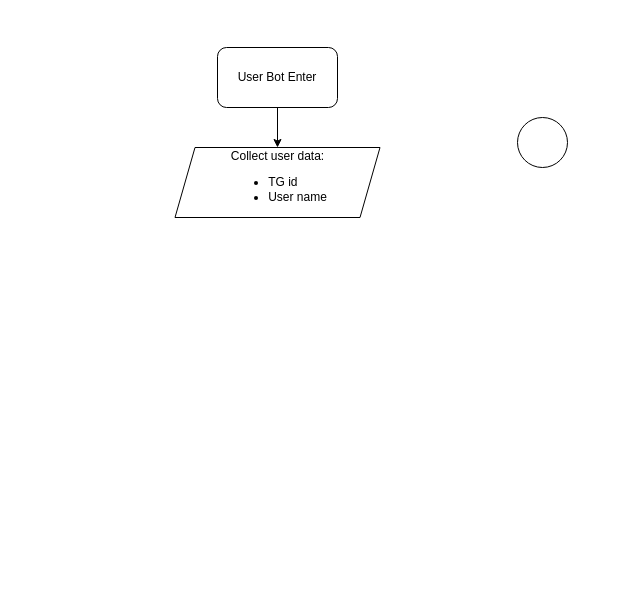
Earlier version of the draw.io diagram sibtex_bot.drawio (traptor/Sibton). Source tidied: cells renumbered, new cells numbered last; positions are measured from the earlier drawing's top-left corner, leaving out a move shared by most shapes. Both pictures are drawn from the tidied source at 100%, with x=0, y=0 at pixel (175, 47).
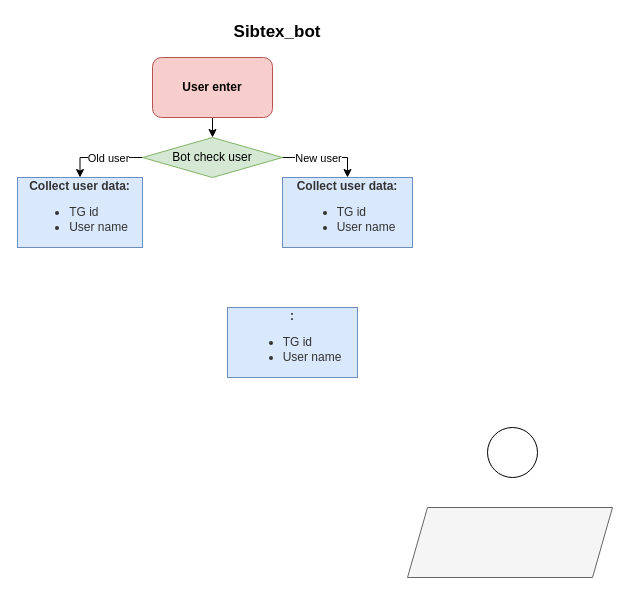
The same diagram, later.

What changed in the source:
```diff
@@
 <mxGraphModel>
   <root>
     <mxCell id="0" />
     <mxCell id="1" parent="0" />
-    <mxCell id="2" value="Collect user data:&lt;br&gt;&lt;ul&gt;&lt;li style=&quot;text-align: left;&quot;&gt;TG id&lt;/li&gt;&lt;li style=&quot;text-align: left;&quot;&gt;User name&lt;/li&gt;&lt;/ul&gt;" style="shape=parallelogram;perimeter=parallelogramPerimeter;whiteSpace=wrap;html=1;fixedSize=1;" parent="1" vertex="1">
-      <mxGeometry x="-0.5" y="100" width="205" height="70" as="geometry" />
+    <mxCell id="2" value="&lt;div style=&quot;&quot;&gt;&lt;br&gt;&lt;/div&gt;" style="shape=parallelogram;perimeter=parallelogramPerimeter;whiteSpace=wrap;html=1;fixedSize=1;align=center;labelBackgroundColor=none;labelBorderColor=none;fillColor=#f5f5f5;strokeColor=#666666;fontColor=#333333;" parent="1" vertex="1">
+      <mxGeometry x="232" y="460" width="205" height="70" as="geometry" />
     </mxCell>
     <mxCell id="3" style="ellipse;whiteSpace=wrap;html=1;" parent="1" vertex="1">
-      <mxGeometry x="342" y="70" width="50" height="50" as="geometry" />
+      <mxGeometry x="312" y="380" width="50" height="50" as="geometry" />
     </mxCell>
-    <mxCell id="4" style="edgeStyle=orthogonalEdgeStyle;rounded=0;jettySize=auto;html=1;exitX=0.5;exitY=1;exitDx=0;exitDy=0;entryX=0.5;entryY=0;entryDx=0;entryDy=0;" parent="1" edge="1" source="5" target="2">
+    <mxCell id="4" style="edgeStyle=orthogonalEdgeStyle;rounded=0;jettySize=auto;html=1;exitX=0.5;exitY=1;exitDx=0;exitDy=0;entryX=0.5;entryY=0;entryDx=0;entryDy=0;" parent="1" edge="1" source="5" target="11">
       <mxGeometry relative="1" as="geometry" />
     </mxCell>
-    <mxCell id="5" value="User Bot Enter" style="rounded=1;whiteSpace=wrap;html=1;" parent="1" vertex="1">
-      <mxGeometry x="42" width="120" height="60" as="geometry" />
+    <mxCell id="5" value="&lt;b&gt;User enter&lt;/b&gt;" style="rounded=1;whiteSpace=wrap;html=1;fillColor=#f8cecc;strokeColor=#b85450;" parent="1" vertex="1">
+      <mxGeometry x="-23" y="10" width="120" height="60" as="geometry" />
     </mxCell>
+    <mxCell id="6" value="&lt;div style=&quot;border-color: var(--border-color); color: rgb(51, 51, 51);&quot;&gt;&lt;b style=&quot;border-color: var(--border-color);&quot;&gt;Collect user data:&lt;/b&gt;&lt;/div&gt;&lt;ul style=&quot;border-color: var(--border-color); color: rgb(51, 51, 51);&quot;&gt;&lt;li style=&quot;text-align: left; border-color: var(--border-color);&quot;&gt;TG id&lt;/li&gt;&lt;li style=&quot;text-align: left; border-color: var(--border-color);&quot;&gt;User name&lt;/li&gt;&lt;/ul&gt;" style="rounded=0;whiteSpace=wrap;html=1;labelBackgroundColor=none;labelBorderColor=none;fillColor=#dae8fc;strokeColor=#6c8ebf;" parent="1" vertex="1">
+      <mxGeometry x="107" y="130" width="130" height="70" as="geometry" />
+    </mxCell>
+    <mxCell id="7" style="edgeStyle=orthogonalEdgeStyle;rounded=0;jettySize=auto;html=1;exitX=1;exitY=0.5;exitDx=0;exitDy=0;entryX=0.5;entryY=0;entryDx=0;entryDy=0;fontColor=#000000;" parent="1" edge="1" source="11" target="6">
+      <mxGeometry relative="1" as="geometry" />
+    </mxCell>
+    <mxCell id="8" value="New user" style="edgeLabel;html=1;align=center;verticalAlign=middle;fontColor=#000000;" parent="7" vertex="1">
+      <mxGeometry x="0.2" relative="1" as="geometry">
+        <mxPoint x="-16" as="offset" />
+      </mxGeometry>
+    </mxCell>
+    <mxCell id="9" style="edgeStyle=orthogonalEdgeStyle;rounded=0;jettySize=auto;html=1;exitX=0;exitY=0.5;exitDx=0;exitDy=0;fontColor=#000000;entryX=0.5;entryY=0;entryDx=0;entryDy=0;" parent="1" edge="1" source="11" target="12">
+      <mxGeometry relative="1" as="geometry" />
+    </mxCell>
+    <mxCell id="10" value="Old user" style="edgeLabel;html=1;align=center;verticalAlign=middle;fontColor=#000000;" parent="9" vertex="1">
+      <mxGeometry x="0.03" y="3" relative="1" as="geometry">
+        <mxPoint x="7" y="-3" as="offset" />
+      </mxGeometry>
+    </mxCell>
+    <mxCell id="11" value="Bot check user" style="rhombus;whiteSpace=wrap;html=1;labelBackgroundColor=none;labelBorderColor=none;fillColor=#d5e8d4;strokeColor=#82b366;" parent="1" vertex="1">
+      <mxGeometry x="-33" y="90" width="140" height="40" as="geometry" />
+    </mxCell>
+    <mxCell id="12" value="&lt;div style=&quot;border-color: var(--border-color); color: rgb(51, 51, 51);&quot;&gt;&lt;b style=&quot;border-color: var(--border-color);&quot;&gt;Collect user data:&lt;/b&gt;&lt;/div&gt;&lt;ul style=&quot;border-color: var(--border-color); color: rgb(51, 51, 51);&quot;&gt;&lt;li style=&quot;text-align: left; border-color: var(--border-color);&quot;&gt;TG id&lt;/li&gt;&lt;li style=&quot;text-align: left; border-color: var(--border-color);&quot;&gt;User name&lt;/li&gt;&lt;/ul&gt;" style="rounded=0;whiteSpace=wrap;html=1;labelBackgroundColor=none;labelBorderColor=none;fillColor=#dae8fc;strokeColor=#6c8ebf;" parent="1" vertex="1">
+      <mxGeometry x="-158" y="130" width="125" height="70" as="geometry" />
+    </mxCell>
+    <mxCell id="13" value="&lt;font style=&quot;font-size: 17px;&quot;&gt;&lt;b&gt;Sibtex_bot&lt;/b&gt;&lt;/font&gt;" style="text;html=1;strokeColor=none;fillColor=none;align=center;verticalAlign=middle;whiteSpace=wrap;rounded=0;fontColor=#000000;" parent="1" vertex="1">
+      <mxGeometry x="7" y="-30" width="190" height="30" as="geometry" />
+    </mxCell>
+    <mxCell id="14" value="&lt;div style=&quot;border-color: var(--border-color); color: rgb(51, 51, 51);&quot;&gt;&lt;b style=&quot;border-color: var(--border-color);&quot;&gt;:&lt;/b&gt;&lt;/div&gt;&lt;ul style=&quot;border-color: var(--border-color); color: rgb(51, 51, 51);&quot;&gt;&lt;li style=&quot;text-align: left; border-color: var(--border-color);&quot;&gt;TG id&lt;/li&gt;&lt;li style=&quot;text-align: left; border-color: var(--border-color);&quot;&gt;User name&lt;/li&gt;&lt;/ul&gt;" style="rounded=0;whiteSpace=wrap;html=1;labelBackgroundColor=none;labelBorderColor=none;fillColor=#dae8fc;strokeColor=#6c8ebf;" parent="1" vertex="1">
+      <mxGeometry x="52" y="260" width="130" height="70" as="geometry" />
+    </mxCell>
   </root>
 </mxGraphModel>
```
